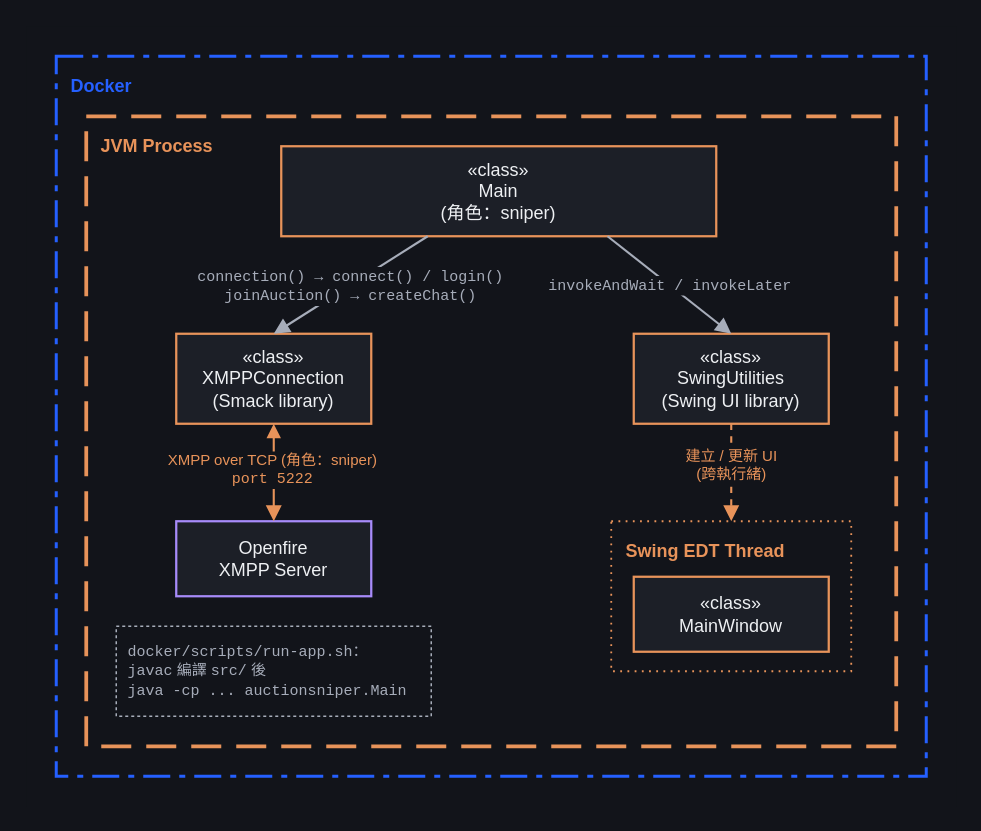
This is page "goos-java production 架構" (3 of 4) of docs/diagrams/goos-architecture.drawio from titangene/goos-ts, a draw.io file, before an edit. Source tidied: cells renumbered, new cells numbered last; positions are measured from the earlier drawing's top-left corner, leaving out a move shared by most shapes. Both pictures are drawn from the tidied source at 150%, with x=0, y=0 at pixel (26, 26).
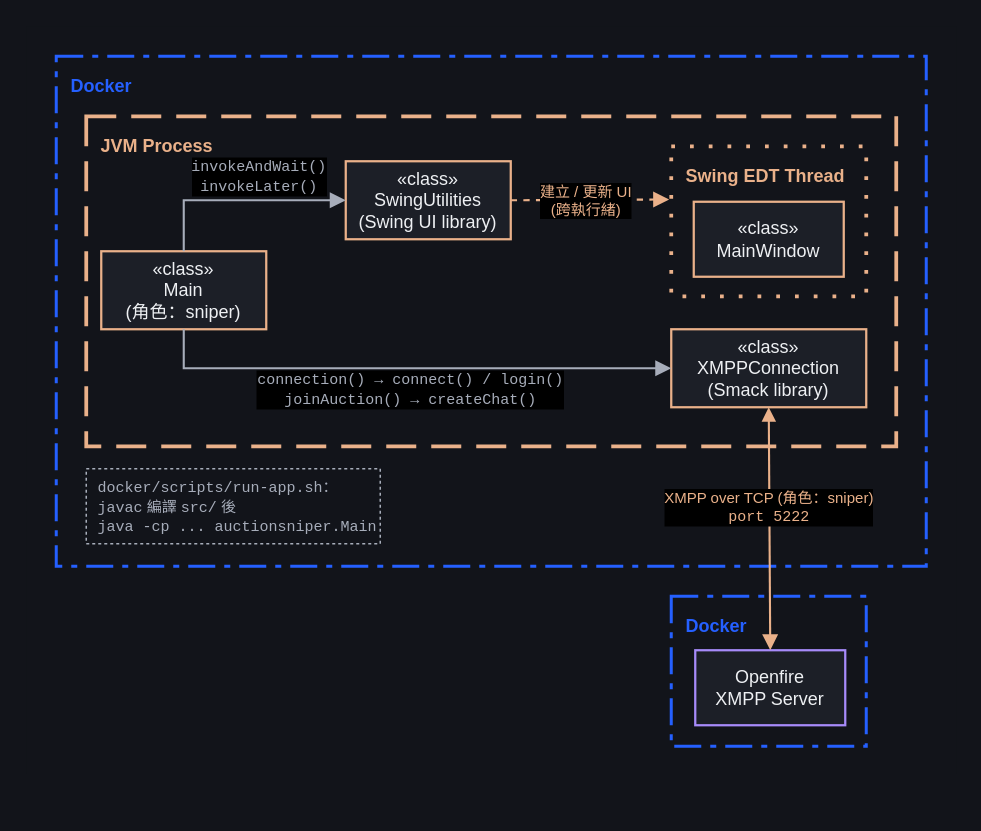
The same diagram, later.

What changed in the source:
```diff
@@
-<mxGraphModel background="#12141a">
+<mxGraphModel background="light-dark(#12141a,#12141a)">
   <root>
     <mxCell id="0" />
     <mxCell id="1" parent="0" />
-    <mxCell id="2" style="rounded=0;whiteSpace=wrap;html=1;fillColor=#12141a;strokeColor=none;" parent="1" vertex="1">
-      <mxGeometry width="620" height="520" as="geometry" />
+    <mxCell id="2" style="rounded=0;whiteSpace=wrap;html=1;fillColor=light-dark(#12141A,#000000);strokeColor=none;" parent="1" vertex="1">
+      <mxGeometry width="620" height="498" as="geometry" />
     </mxCell>
-    <mxCell id="3" value="Docker" style="rounded=0;whiteSpace=wrap;html=1;fillColor=none;strokeColor=#2560ff;dashPattern=9 3 2 3;dashed=1;strokeWidth=2;verticalAlign=top;align=left;fontColor=#2560ff;fontSize=12;fontStyle=1;fontFamily=Helvetica;spacingLeft=8;spacingTop=6;labelBackgroundColor=#12141a;" parent="1" vertex="1">
-      <mxGeometry x="20" y="20" width="580" height="480" as="geometry" />
+    <mxCell id="3" value="Docker" style="rounded=0;whiteSpace=wrap;html=1;fillColor=none;strokeColor=light-dark(#2560ff,#2560ff);dashPattern=9 3 2 3;dashed=1;strokeWidth=2;verticalAlign=top;align=left;fontColor=light-dark(#2560ff,#2560ff);fontSize=12;fontStyle=1;fontFamily=Helvetica;spacingLeft=8;spacingTop=6;labelBackgroundColor=light-dark(#12141a,#12141a);" parent="1" vertex="1">
+      <mxGeometry x="20" y="20" width="580" height="340" as="geometry" />
     </mxCell>
-    <mxCell id="4" value="JVM Process" style="rounded=0;whiteSpace=wrap;html=1;fillColor=none;strokeColor=#e8935a;dashPattern=8 4;dashed=1;strokeWidth=2.5;verticalAlign=top;align=left;fontColor=#e8935a;fontSize=12;fontStyle=1;fontFamily=Helvetica;spacingLeft=8;spacingTop=6;labelBackgroundColor=#12141a;" parent="1" vertex="1">
-      <mxGeometry x="40" y="60" width="540" height="420" as="geometry" />
+    <mxCell id="4" value="JVM Process" style="rounded=0;whiteSpace=wrap;html=1;fillColor=none;strokeColor=light-dark(#eab18a,#eab18a);dashPattern=8 4;dashed=1;strokeWidth=2.5;verticalAlign=top;align=left;fontColor=light-dark(#eab18a,#eab18a);fontSize=12;fontStyle=1;fontFamily=Helvetica;spacingLeft=8;spacingTop=6;labelBackgroundColor=light-dark(#12141a,#12141a);" parent="1" vertex="1">
+      <mxGeometry x="40" y="60" width="540" height="220" as="geometry" />
     </mxCell>
-    <mxCell id="5" value="Swing EDT Thread" style="rounded=0;whiteSpace=wrap;html=1;fillColor=none;strokeColor=#e8935a;dashPattern=1 3;dashed=1;strokeWidth=1.2;verticalAlign=top;align=left;fontColor=#e8935a;fontSize=12;fontStyle=1;fontFamily=Helvetica;spacingLeft=8;spacingTop=6;labelBackgroundColor=#12141a;" parent="1" vertex="1">
-      <mxGeometry x="390" y="330" width="160" height="100" as="geometry" />
+    <mxCell id="5" value="Swing EDT Thread" style="rounded=0;whiteSpace=wrap;html=1;fillColor=none;strokeColor=light-dark(#eab18a,#eab18a);dashPattern=1 4;dashed=1;strokeWidth=2.5;verticalAlign=top;align=left;fontColor=light-dark(#eab18a,#eab18a);fontSize=12;fontStyle=1;fontFamily=Helvetica;spacingLeft=8;spacingTop=6;labelBackgroundColor=light-dark(#12141a,#12141a);" parent="1" vertex="1">
+      <mxGeometry x="430" y="80" width="130" height="100" as="geometry" />
     </mxCell>
-    <mxCell id="6" value="«class»&lt;br&gt;Main&lt;br&gt;(角色：sniper)" style="rounded=0;whiteSpace=wrap;html=1;fillColor=#1c1f27;strokeColor=#e8935a;strokeWidth=1.5;fontColor=#eef0f3;fontSize=12;fontFamily=Helvetica;verticalAlign=middle;align=center;spacing=2;" parent="1" vertex="1">
-      <mxGeometry x="170" y="80" width="290" height="60" as="geometry" />
+    <mxCell id="6" value="«class»&lt;br&gt;Main&lt;br&gt;(角色：sniper)" style="rounded=0;whiteSpace=wrap;html=1;fillColor=light-dark(#1c1f27,#1c1f27);strokeColor=light-dark(#eab18a,#eab18a);strokeWidth=1.5;fontColor=light-dark(#eef0f3,#eef0f3);fontSize=12;fontFamily=Helvetica;verticalAlign=middle;align=center;spacing=2;" parent="1" vertex="1">
+      <mxGeometry x="50" y="150" width="110" height="52" as="geometry" />
     </mxCell>
-    <mxCell id="7" value="«class»&lt;br&gt;XMPPConnection&lt;br&gt;(Smack library)" style="rounded=0;whiteSpace=wrap;html=1;fillColor=#1c1f27;strokeColor=#e8935a;strokeWidth=1.5;fontColor=#eef0f3;fontSize=12;fontFamily=Helvetica;verticalAlign=middle;align=center;spacing=2;" parent="1" vertex="1">
-      <mxGeometry x="100" y="205" width="130" height="60" as="geometry" />
+    <mxCell id="7" value="«class»&lt;br&gt;XMPPConnection&lt;br&gt;(Smack library)" style="rounded=0;whiteSpace=wrap;html=1;fillColor=light-dark(#1c1f27,#1c1f27);strokeColor=light-dark(#eab18a,#eab18a);strokeWidth=1.5;fontColor=light-dark(#eef0f3,#eef0f3);fontSize=12;fontFamily=Helvetica;verticalAlign=middle;align=center;spacing=2;" parent="1" vertex="1">
+      <mxGeometry x="430" y="202" width="130" height="52" as="geometry" />
     </mxCell>
-    <mxCell id="8" value="«class»&lt;br&gt;SwingUtilities&lt;br&gt;(Swing UI library)" style="rounded=0;whiteSpace=wrap;html=1;fillColor=#1c1f27;strokeColor=#e8935a;strokeWidth=1.5;fontColor=#eef0f3;fontSize=12;fontFamily=Helvetica;verticalAlign=middle;align=center;spacing=2;" parent="1" vertex="1">
-      <mxGeometry x="405" y="205" width="130" height="60" as="geometry" />
+    <mxCell id="8" value="«class»&lt;br&gt;SwingUtilities&lt;br&gt;(Swing UI library)" style="rounded=0;whiteSpace=wrap;html=1;fillColor=light-dark(#1c1f27,#1c1f27);strokeColor=light-dark(#eab18a,#eab18a);strokeWidth=1.5;fontColor=light-dark(#eef0f3,#eef0f3);fontSize=12;fontFamily=Helvetica;verticalAlign=middle;align=center;spacing=2;" parent="1" vertex="1">
+      <mxGeometry x="213" y="90" width="110" height="52" as="geometry" />
     </mxCell>
-    <mxCell id="9" value="«class»&lt;br&gt;MainWindow" style="rounded=0;whiteSpace=wrap;html=1;fillColor=#1c1f27;strokeColor=#e8935a;strokeWidth=1.5;fontColor=#eef0f3;fontSize=12;fontFamily=Helvetica;verticalAlign=middle;align=center;spacing=2;" parent="1" vertex="1">
-      <mxGeometry x="405" y="367" width="130" height="50" as="geometry" />
+    <mxCell id="9" value="«class»&lt;br&gt;MainWindow" style="rounded=0;whiteSpace=wrap;html=1;fillColor=light-dark(#1c1f27,#1c1f27);strokeColor=light-dark(#eab18a,#eab18a);strokeWidth=1.5;fontColor=light-dark(#eef0f3,#eef0f3);fontSize=12;fontFamily=Helvetica;verticalAlign=middle;align=center;spacing=2;" parent="1" vertex="1">
+      <mxGeometry x="445" y="117" width="100" height="50" as="geometry" />
     </mxCell>
-    <mxCell id="10" value="&lt;font face=&quot;Cascadia Code, monospace&quot;&gt;docker/scripts/run-app.sh&lt;/font&gt;：&lt;br&gt;&lt;font face=&quot;Cascadia Code, monospace&quot;&gt;javac&lt;/font&gt; 編譯 &lt;font face=&quot;Cascadia Code, monospace&quot;&gt;src/&lt;/font&gt; 後&lt;br&gt;&lt;font face=&quot;Cascadia Code, monospace&quot;&gt;java -cp ... auctionsniper.Main&lt;/font&gt;" style="rounded=0;whiteSpace=wrap;html=1;fillColor=none;strokeColor=#a7adba;dashed=1;dashPattern=2 2;strokeWidth=1;fontColor=#a7adba;fontSize=10;fontFamily=Helvetica;align=left;verticalAlign=top;spacingLeft=6;spacingTop=4;" parent="1" vertex="1">
-      <mxGeometry x="60" y="400" width="210" height="60" as="geometry" />
+    <mxCell id="10" value="&lt;font face=&quot;Cascadia Code, monospace&quot;&gt;docker/scripts/run-app.sh&lt;/font&gt;：&lt;br&gt;&lt;font face=&quot;Cascadia Code, monospace&quot;&gt;javac&lt;/font&gt; 編譯 &lt;font face=&quot;Cascadia Code, monospace&quot;&gt;src/&lt;/font&gt; 後&lt;br&gt;&lt;font face=&quot;Cascadia Code, monospace&quot;&gt;java -cp ... auctionsniper.Main&lt;/font&gt;" style="rounded=0;whiteSpace=wrap;html=1;fillColor=none;strokeColor=light-dark(#a7adba,#a7adba);dashed=1;dashPattern=2 2;strokeWidth=1;fontColor=light-dark(#a7adba,#a7adba);fontSize=10;fontFamily=Helvetica;align=left;verticalAlign=top;spacingLeft=6;spacingTop=0;" parent="1" vertex="1">
+      <mxGeometry x="40" y="295" width="196" height="50" as="geometry" />
     </mxCell>
+    <mxCell id="16" value="Docker" style="rounded=0;whiteSpace=wrap;html=1;fillColor=none;strokeColor=light-dark(#2560ff,#2560ff);dashPattern=9 3 2 3;dashed=1;strokeWidth=2;verticalAlign=top;align=left;fontColor=light-dark(#2560ff,#2560ff);fontSize=12;fontStyle=1;fontFamily=Helvetica;spacingLeft=8;spacingTop=6;labelBackgroundColor=light-dark(#12141a,#12141a);" parent="1" vertex="1">
+      <mxGeometry x="430" y="380" width="130" height="100" as="geometry" />
+    </mxCell>
-    <mxCell id="11" value="Openfire&lt;br&gt;XMPP Server" style="rounded=0;whiteSpace=wrap;html=1;fillColor=#1c1f27;strokeColor=#a78bfa;strokeWidth=1.5;fontColor=#eef0f3;fontSize=12;fontFamily=Helvetica;verticalAlign=middle;align=center;spacing=2;" parent="1" vertex="1">
-      <mxGeometry x="100" y="330" width="130" height="50" as="geometry" />
+    <mxCell id="11" value="Openfire&lt;br&gt;XMPP Server" style="rounded=0;whiteSpace=wrap;html=1;fillColor=light-dark(#1c1f27,#1c1f27);strokeColor=light-dark(#a78bfa,#a78bfa);strokeWidth=1.5;fontColor=light-dark(#eef0f3,#eef0f3);fontSize=12;fontFamily=Helvetica;verticalAlign=middle;align=center;spacing=2;" parent="1" vertex="1">
+      <mxGeometry x="446" y="416" width="100" height="50" as="geometry" />
     </mxCell>
-    <mxCell id="12" value="&lt;font face=&quot;Cascadia Code, monospace&quot;&gt;connection() → connect() / login()&lt;br&gt;joinAuction() → createChat()&lt;/font&gt;" style="html=1;endArrow=block;endFill=1;endSize=7;strokeColor=#a7adba;strokeWidth=1.4;fontColor=#a7adba;fontSize=10;fontFamily=Helvetica;labelBackgroundColor=#12141a;rounded=0;entryX=0.5;entryY=0;entryDx=0;entryDy=0;" parent="1" edge="1" source="6" target="7">
-      <mxGeometry relative="1" as="geometry" />
+    <mxCell id="12" value="&lt;font face=&quot;Cascadia Code, monospace&quot;&gt;connection() → connect() / login()&lt;br&gt;joinAuction() → createChat()&lt;/font&gt;" style="html=1;endArrow=block;endFill=1;endSize=7;strokeColor=light-dark(#a7adba,#a7adba);strokeWidth=1.4;fontColor=light-dark(#a7adba,#a7adba);fontSize=10;fontFamily=Helvetica;labelBackgroundColor=light-dark(#000000,#000000);rounded=0;entryX=0;entryY=0.5;entryDx=0;entryDy=0;exitX=0.5;exitY=1;exitDx=0;exitDy=0;edgeStyle=orthogonalEdgeStyle;" parent="1" edge="1" source="6" target="7">
+      <mxGeometry x="0.01" y="-14" relative="1" as="geometry" />
     </mxCell>
-    <mxCell id="13" value="&lt;font face=&quot;Cascadia Code, monospace&quot;&gt;invokeAndWait / invokeLater&lt;/font&gt;" style="html=1;endArrow=block;endFill=1;endSize=7;strokeColor=#a7adba;strokeWidth=1.4;fontColor=#a7adba;fontSize=10;fontFamily=Helvetica;labelBackgroundColor=#12141a;rounded=0;exitX=0.75;exitY=1;exitDx=0;exitDy=0;entryX=0.5;entryY=0;entryDx=0;entryDy=0;" parent="1" edge="1" source="6" target="8">
-      <mxGeometry relative="1" as="geometry" />
+    <mxCell id="13" value="&lt;font face=&quot;Cascadia Code, monospace&quot;&gt;invokeAndWait()&lt;br&gt;invokeLater()&lt;/font&gt;" style="html=1;endArrow=block;endFill=1;endSize=7;strokeColor=light-dark(#a7adba,#a7adba);strokeWidth=1.4;fontColor=light-dark(#a7adba,#a7adba);fontSize=10;fontFamily=Helvetica;labelBackgroundColor=light-dark(#000000,#000000);rounded=0;exitX=0.5;exitY=0;exitDx=0;exitDy=0;entryX=0;entryY=0.5;entryDx=0;entryDy=0;edgeStyle=orthogonalEdgeStyle;" parent="1" edge="1" source="6" target="8">
+      <mxGeometry x="0.19" y="16" relative="1" as="geometry" />
     </mxCell>
-    <mxCell id="14" value="建立 / 更新 UI&lt;br&gt;(跨執行緒)" style="html=1;endArrow=block;endFill=1;endSize=7;dashed=1;strokeColor=#e8935a;strokeWidth=1.4;fontColor=#e8935a;fontSize=10;fontFamily=Helvetica;labelBackgroundColor=#12141a;rounded=0;exitX=0.5;exitY=1;exitDx=0;exitDy=0;entryX=0.5;entryY=0;entryDx=0;entryDy=0;" parent="1" edge="1" source="8" target="5">
-      <mxGeometry x="-0.17" relative="1" as="geometry" />
+    <mxCell id="14" value="建立 / 更新 UI&lt;br&gt;(跨執行緒)" style="html=1;endArrow=block;endFill=1;endSize=7;dashed=1;strokeColor=light-dark(#eab18a,#eab18a);strokeWidth=1.4;fontColor=light-dark(#eab18a,#eab18a);fontSize=10;fontFamily=Helvetica;labelBackgroundColor=light-dark(#000000,#000000);rounded=0;exitX=1;exitY=0.5;exitDx=0;exitDy=0;" parent="1" edge="1" source="8">
+      <mxGeometry x="-0.06" relative="1" as="geometry">
+        <mxPoint x="428.6" y="115.5" as="targetPoint" />
+      </mxGeometry>
     </mxCell>
-    <mxCell id="15" value="XMPP over TCP (角色：sniper)&lt;br&gt;&lt;font face=&quot;Cascadia Code, monospace&quot;&gt;port 5222&lt;/font&gt;" style="html=1;endArrow=block;endFill=1;endSize=7;strokeColor=#e8935a;strokeWidth=1.4;fontColor=#e8935a;fontSize=10;fontFamily=Helvetica;labelBackgroundColor=#12141a;rounded=0;exitX=0.5;exitY=1;exitDx=0;exitDy=0;entryX=0.5;entryY=0;entryDx=0;entryDy=0;edgeStyle=orthogonalEdgeStyle;startArrow=block;startFill=1;" parent="1" edge="1" source="7" target="11">
-      <mxGeometry x="-0.05" y="-1" relative="1" as="geometry">
-        <Array as="points">
-          <mxPoint x="165" y="310" />
-          <mxPoint x="165" y="310" />
-        </Array>
-      </mxGeometry>
+    <mxCell id="15" value="XMPP over TCP (角色：sniper)&lt;br&gt;&lt;font face=&quot;Cascadia Code, monospace&quot;&gt;port 5222&lt;/font&gt;" style="html=1;endArrow=block;endFill=1;endSize=7;strokeColor=light-dark(#eab18a,#eab18a);strokeWidth=1.4;fontColor=light-dark(#eab18a,#eab18a);fontSize=10;fontFamily=Helvetica;labelBackgroundColor=light-dark(#000000,#000000);rounded=0;exitX=0.5;exitY=1;exitDx=0;exitDy=0;entryX=0.5;entryY=0;entryDx=0;entryDy=0;startArrow=block;startFill=1;" parent="1" edge="1" source="7" target="11">
+      <mxGeometry x="-0.17" relative="1" as="geometry" />
     </mxCell>
   </root>
 </mxGraphModel>
```
